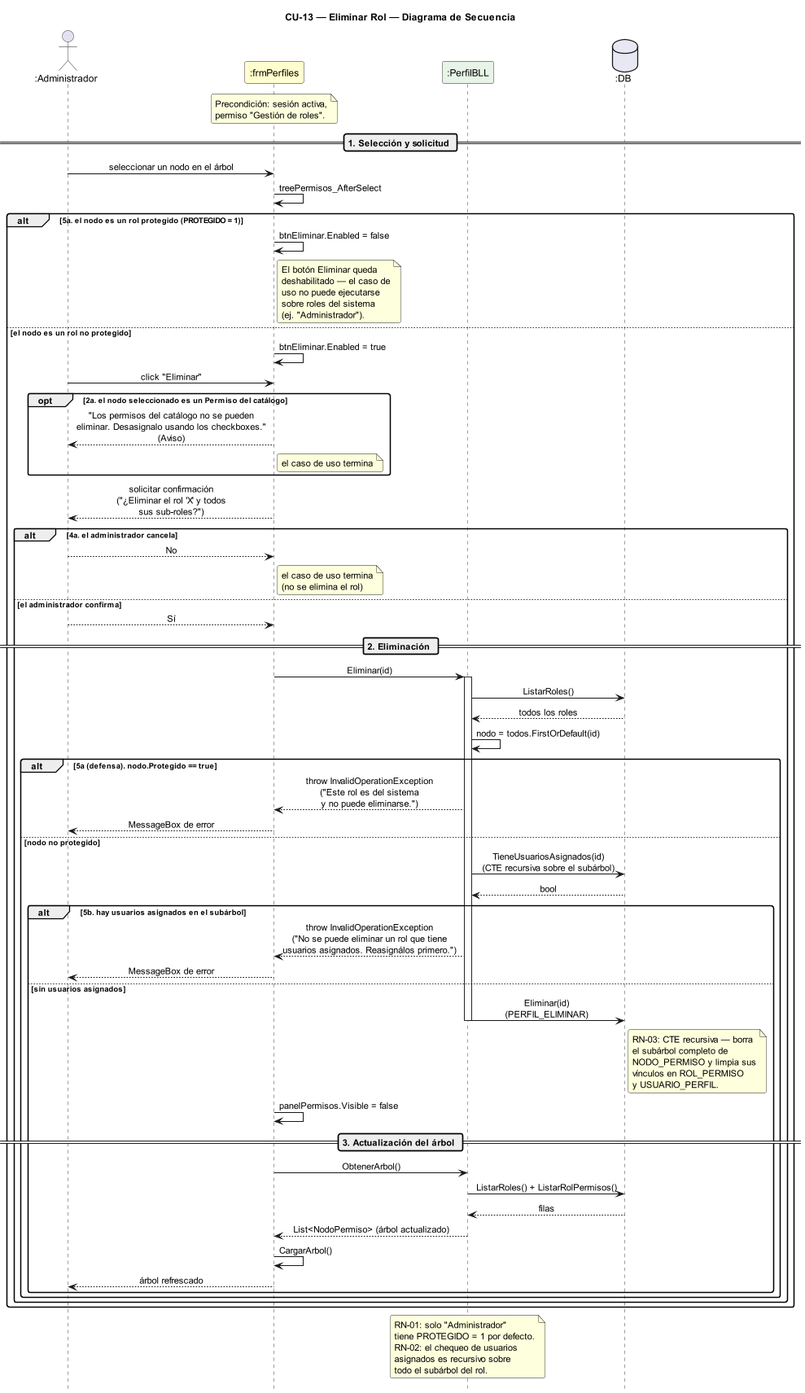
Earlier version of the PlantUML export DIAGRAMAS/DiagramaSecuencia_CU13_EliminarRol.png (Urrels/ingenieria_software). Its diagram source:
```plantuml
@startuml DiagramaSecuencia_CU13_EliminarRol

title CU-13 — Eliminar Rol — Diagrama de Secuencia

skinparam shadowing false
skinparam roundcorner 6
skinparam sequenceArrowThickness 1.2
skinparam ParticipantPadding 14
skinparam sequenceMessageAlign center
hide footbox
scale 0.85

actor       ":Administrador"  as A
participant ":frmPerfiles"    as FP #FEFECE
participant ":PerfilBLL"      as PB #E8F4E8
database    ":DB"             as DB #E8E8F4

note over FP
  Precondición: sesión activa,
  permiso "Gestión de roles".
end note

== 1. Selección y solicitud ==

A -> FP : seleccionar un nodo en el árbol
FP -> FP : treePermisos_AfterSelect

alt 5a. el nodo es un rol protegido (PROTEGIDO = 1)
  FP -> FP : btnEliminar.Enabled = false
  note right of FP
    El botón Eliminar queda
    deshabilitado — el caso de
    uso no puede ejecutarse
    sobre roles del sistema
    (ej. "Administrador").
  end note

else el nodo es un rol no protegido
  FP -> FP : btnEliminar.Enabled = true

  A -> FP : click "Eliminar"

  opt 2a. el nodo seleccionado es un Permiso del catálogo
    FP --> A : "Los permisos del catálogo no se pueden\neliminar. Desasignalo usando los checkboxes."\n(Aviso)
    note right of FP : el caso de uso termina
  end

  FP --> A : solicitar confirmación\n("¿Eliminar el rol 'X' y todos\nsus sub-roles?")

  alt 4a. el administrador cancela
    A --> FP : No
    note right of FP : el caso de uso termina\n(no se elimina el rol)

  else el administrador confirma
    A --> FP : Sí

    == 2. Eliminación ==

    FP -> PB : Eliminar(id)
    activate PB

    PB -> DB : ListarRoles()
    DB --> PB : todos los roles
    PB -> PB : nodo = todos.FirstOrDefault(id)

    alt 5a (defensa). nodo.Protegido == true
      PB --> FP : throw InvalidOperationException\n("Este rol es del sistema\ny no puede eliminarse.")
      FP --> A : MessageBox de error

    else nodo no protegido
      PB -> DB : TieneUsuariosAsignados(id)\n(CTE recursiva sobre el subárbol)
      DB --> PB : bool

      alt 5b. hay usuarios asignados en el subárbol
        PB --> FP : throw InvalidOperationException\n("No se puede eliminar un rol que tiene\nusuarios asignados. Reasignálos primero.")
        FP --> A : MessageBox de error

      else sin usuarios asignados
        PB -> DB : Eliminar(id)\n(PERFIL_ELIMINAR)
        note right of DB
          RN-03: CTE recursiva — borra
          el subárbol completo de
          NODO_PERMISO y limpia sus
          vínculos en ROL_PERMISO
          y USUARIO_PERFIL.
        end note
        deactivate PB

        FP -> FP : panelPermisos.Visible = false

        == 3. Actualización del árbol ==

        FP -> PB : ObtenerArbol()
        PB -> DB : ListarRoles() + ListarRolPermisos()
        DB --> PB : filas
        PB --> FP : List<NodoPermiso> (árbol actualizado)
        FP -> FP : CargarArbol()
        FP --> A : árbol refrescado
      end
    end
  end
end

note over PB
  RN-01: solo "Administrador"
  tiene PROTEGIDO = 1 por defecto.
  RN-02: el chequeo de usuarios
  asignados es recursivo sobre
  todo el subárbol del rol.
end note

@enduml
```
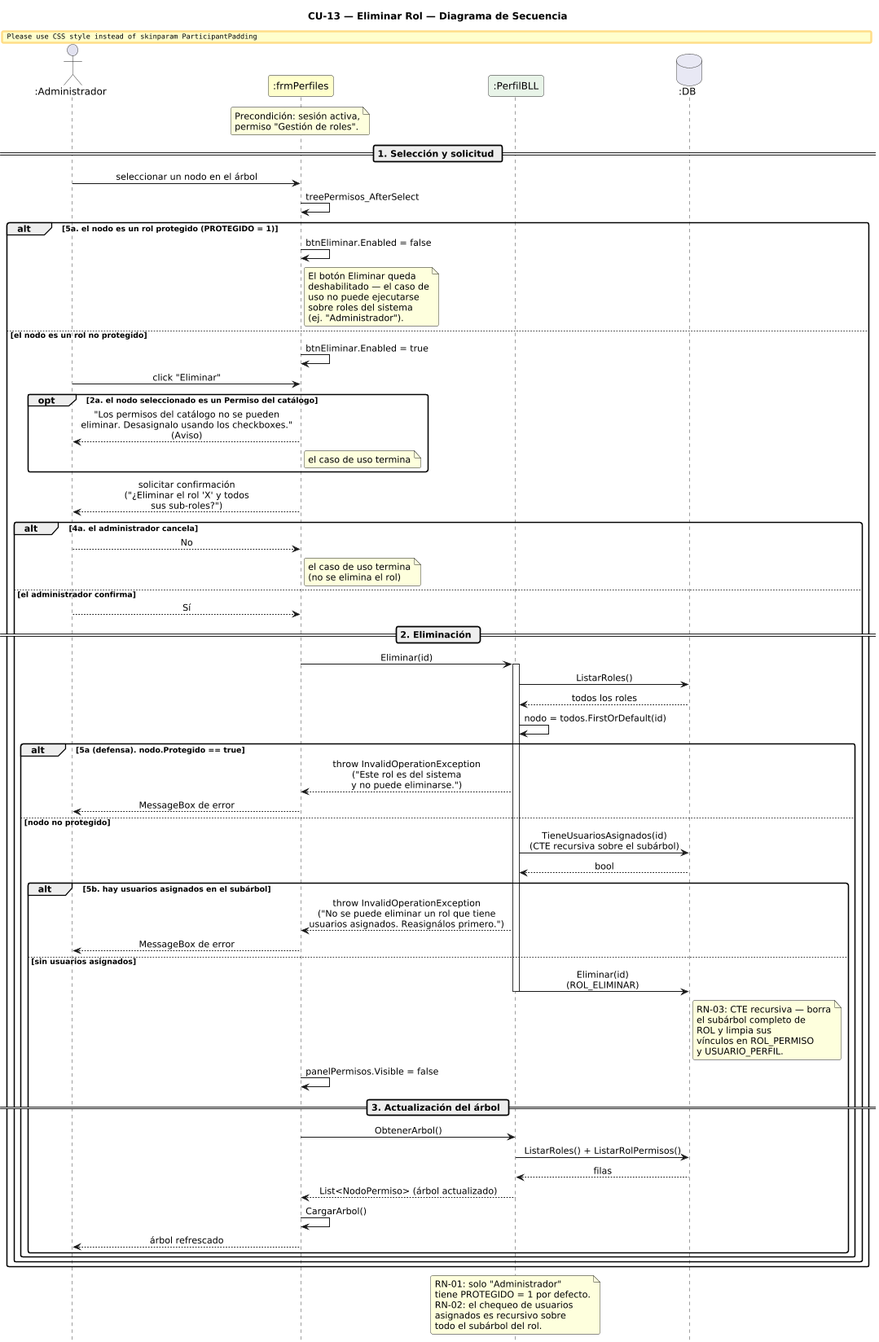
Above is the later version.

Commit message:
docs: actualiza diagramas al modelo ROL/PERMISO separado

What changed in the source:
```diff
@@ -76,11 +76,11 @@
         FP --> A : MessageBox de error
 
       else sin usuarios asignados
-        PB -> DB : Eliminar(id)\n(PERFIL_ELIMINAR)
+        PB -> DB : Eliminar(id)\n(ROL_ELIMINAR)
         note right of DB
           RN-03: CTE recursiva — borra
           el subárbol completo de
-          NODO_PERMISO y limpia sus
+          ROL y limpia sus
           vínculos en ROL_PERMISO
           y USUARIO_PERFIL.
         end note
```
